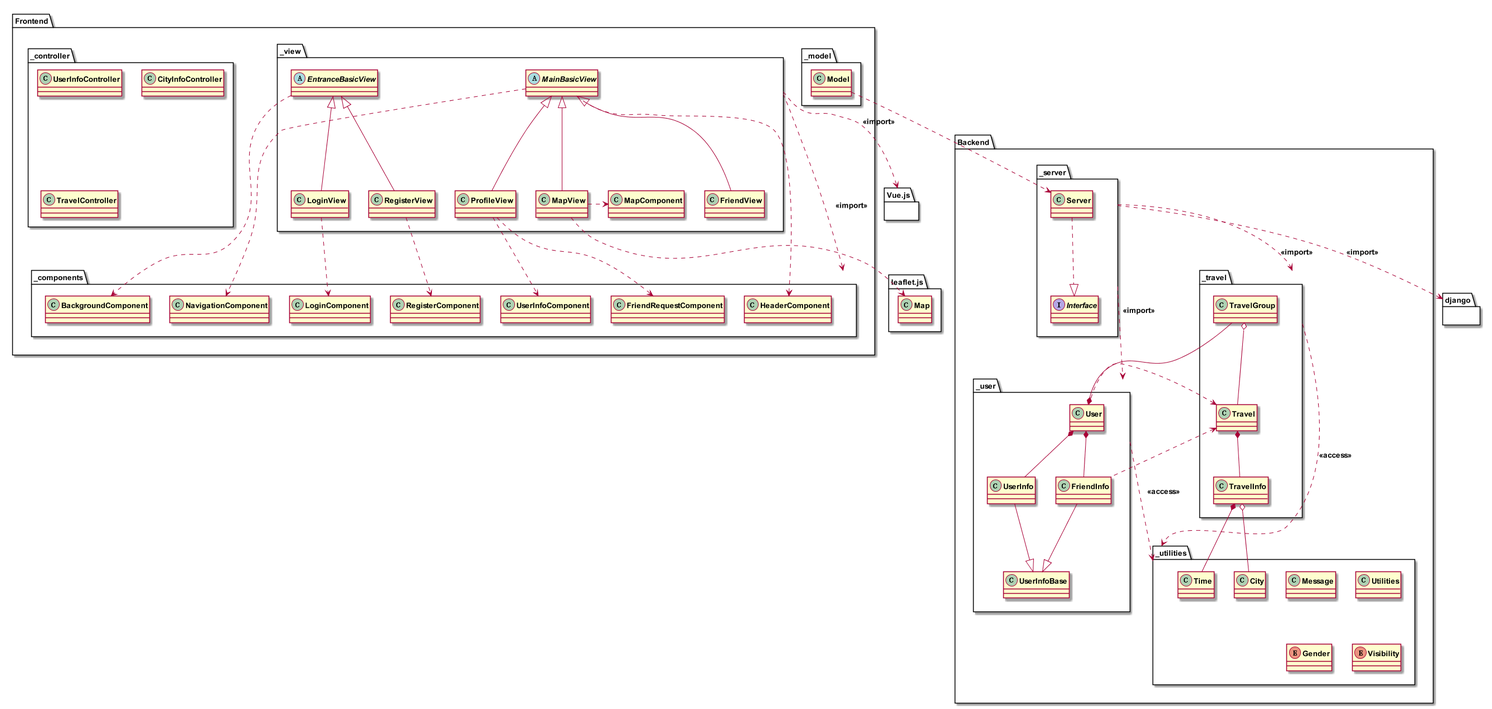
This is doc/第二阶段课堂展示/PackageDiagram.png from skyetim/travel_planning_website, a PlantUML export, as it was before one commit. Its source is kept beside it as doc/第二阶段课堂展示/PackageDiagram.puml.
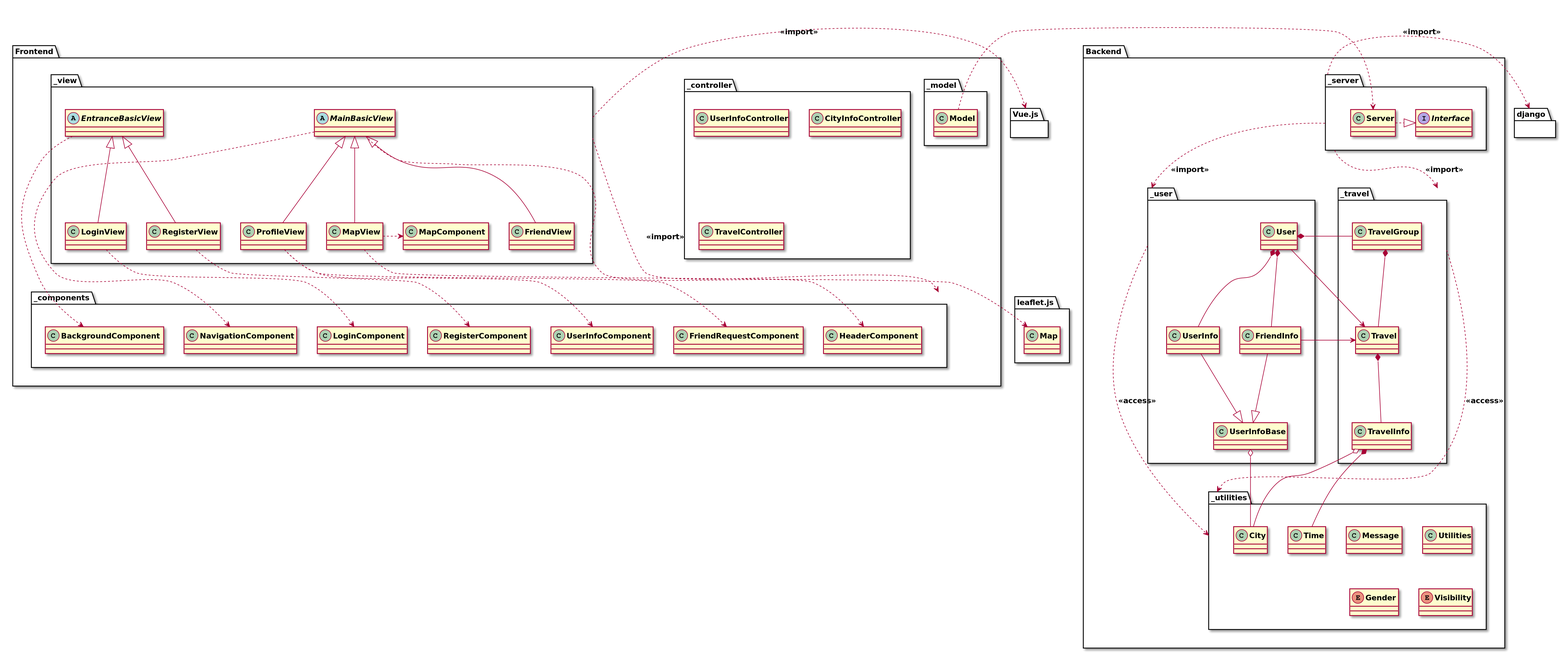
The same file after the commit.

Commit message:
chore: change class diagram and package diagram layout

The edit, as a diff of the source:
```diff
@@ -1,13 +1,31 @@
-@startuml PackageDiagram.backend
+@startuml PackageDiagram
 
-skinparam Dpi 100
+skinparam Dpi 200
 skinparam DefaultFont {
-    Name Monospace
+    Name Menlo
     Size 13
     Style bold
 }
 
 namespace Backend {
+    package _server{
+        class Server
+        interface Interface
+    }
+
+    package _user {
+        class User
+        class UserInfoBase
+        class UserInfo
+        class FriendInfo
+    }
+
+    package _travel {
+        class Travel
+        class TravelGroup
+        class TravelInfo
+    }
+
     package _utilities {
         class City
         class Time
@@ -16,30 +34,23 @@
         enum Gender
         enum Visibility
     }
-    package _server{
-        class Server
-        interface Interface
-    }
-
-    package _travel {
-        class Travel
-        class TravelGroup
-        class TravelInfo
-    }
-
-    package _user {
-        class User
-        class UserInfoBase
-        class UserInfo
-        class FriendInfo
-    }
 }
 
 package django {
 }
 
-namespace Frontend{
-    package _view{
+namespace Frontend {
+    package _model {
+        class Model
+    }
+
+    package _controller {
+        class UserInfoController
+        class CityInfoController
+        class TravelController
+    }
+
+    package _view {
         abstract class MainBasicView
         class FriendView
         class MapView
@@ -50,70 +61,64 @@
         class RegisterView
 
     }
-    package _components{
-            class HeaderComponent
-            class RegisterComponent
-            class LoginComponent
-            class BackgroundComponent
-            class NavigationComponent
-            class FriendRequestComponent
-            class UserInfoComponent
-        }
-    package _controller{
-        class UserInfoController
-        class CityInfoController
-        class TravelController
-    }
-    package _model{
-        class Model
+
+    package _components {
+        class HeaderComponent
+        class RegisterComponent
+        class LoginComponent
+        class BackgroundComponent
+        class NavigationComponent
+        class FriendRequestComponent
+        class UserInfoComponent
     }
 }
 
-package leaflet.js{
+package Vue.js {
+}
+
+package leaflet.js {
     class Map
 }
-package Vue.js{
 
-}
+_view   .right.> Vue.js      : <<import>>
+_server .right.> django      : <<import>>
+MapView .down.>  Map
 
-User        *--  UserInfo
-User        *--  FriendInfo
-User        *--  TravelGroup
-UserInfo    --|> UserInfoBase
-FriendInfo  --|> UserInfoBase
-TravelGroup o--  Travel
-Travel      *--  TravelInfo
-Travel      <..  User
-Travel      <..  FriendInfo
-TravelInfo  o--  City
-TravelInfo  *--  Time
+Model .right.> Server
 
+MainBasicView     <|-down- FriendView
+MainBasicView     <|-down- MapView
+MainBasicView     <|-down- ProfileView
+EntranceBasicView <|-down- LoginView
+EntranceBasicView <|-down- RegisterView
+MapView .right.> MapComponent
 
-Model .down.> Server
-Server ..|> Interface
+EntranceBasicView .down.> BackgroundComponent
+LoginView         .down.> LoginComponent
+RegisterView      .down.> RegisterComponent
+MainBasicView     .down.> HeaderComponent
+MainBasicView     .down.> NavigationComponent
+ProfileView       .down.> UserInfoComponent
+ProfileView       .down.> FriendRequestComponent
 
-MapView ..> Map
-MapView .> MapComponent
+Server       .right.|> Interface
+User         *-down-   UserInfo
+User         *-down-   FriendInfo
+User         *-right-  TravelGroup
+UserInfo     -down-|>  UserInfoBase
+FriendInfo   -down-|>  UserInfoBase
+UserInfoBase o-down-   City
+TravelGroup  *-down-   Travel
+Travel       *-down-   TravelInfo
+User         -down->   Travel
+FriendInfo   -right->  Travel
+TravelInfo   o-down-   City
+TravelInfo   *-down-   Time
 
-MainBasicView <|-- FriendView
-MainBasicView <|-- MapView
-MainBasicView <|-- ProfileView
-EntranceBasicView <|-- LoginView
-EntranceBasicView <|-- RegisterView
+_view   .down.>  _components : <<import>>
+_server .down.>  _user       : <<import>>
+_server .down.>  _travel     : <<import>>
+_user   .down.>  _utilities  : <<access>>
+_travel .down.>  _utilities  : <<access>>
 
-ProfileView ..> UserInfoComponent
-ProfileView ..> FriendRequestComponent
-MainBasicView ..> HeaderComponent
-MainBasicView ..> NavigationComponent
-LoginView ..>LoginComponent
-RegisterView ..>RegisterComponent
-EntranceBasicView ..> BackgroundComponent
-
-_server    ..> django:    <<import>>
-_travel    ..> _utilities: <<access>>
-_user      .down.> _utilities: <<access>>
-_server ..> _travel:    <<import>>
-_server ..> _user:      <<import>>
-_view ..> Vue.js: <<import>>
-_view ..> _components: <<import>>
 @enduml
```
